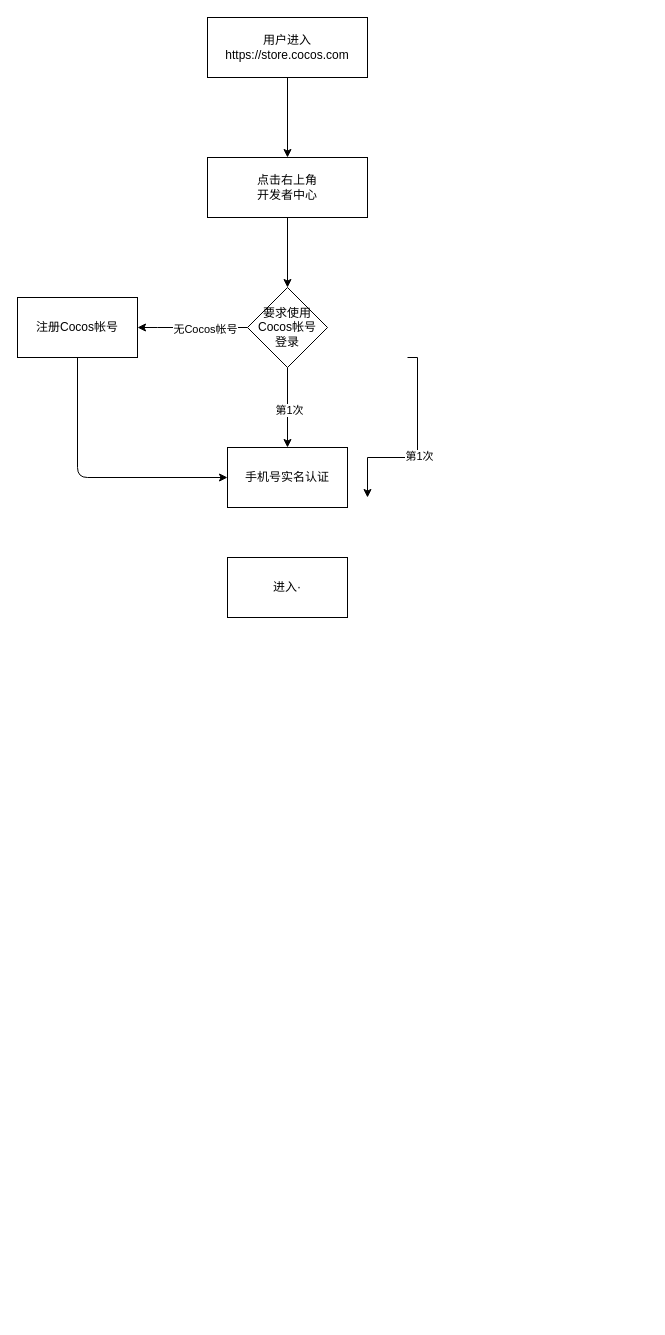
This is 未命名绘图.drawio from ShawnZhang2015/drawio, a draw.io file, before an edit. Source tidied: cells renumbered, new cells numbered last; positions are measured from the earlier drawing's top-left corner, leaving out a move shared by most shapes. Both pictures are drawn from the tidied source at 100%, with x=0, y=0 at pixel (17, 17).
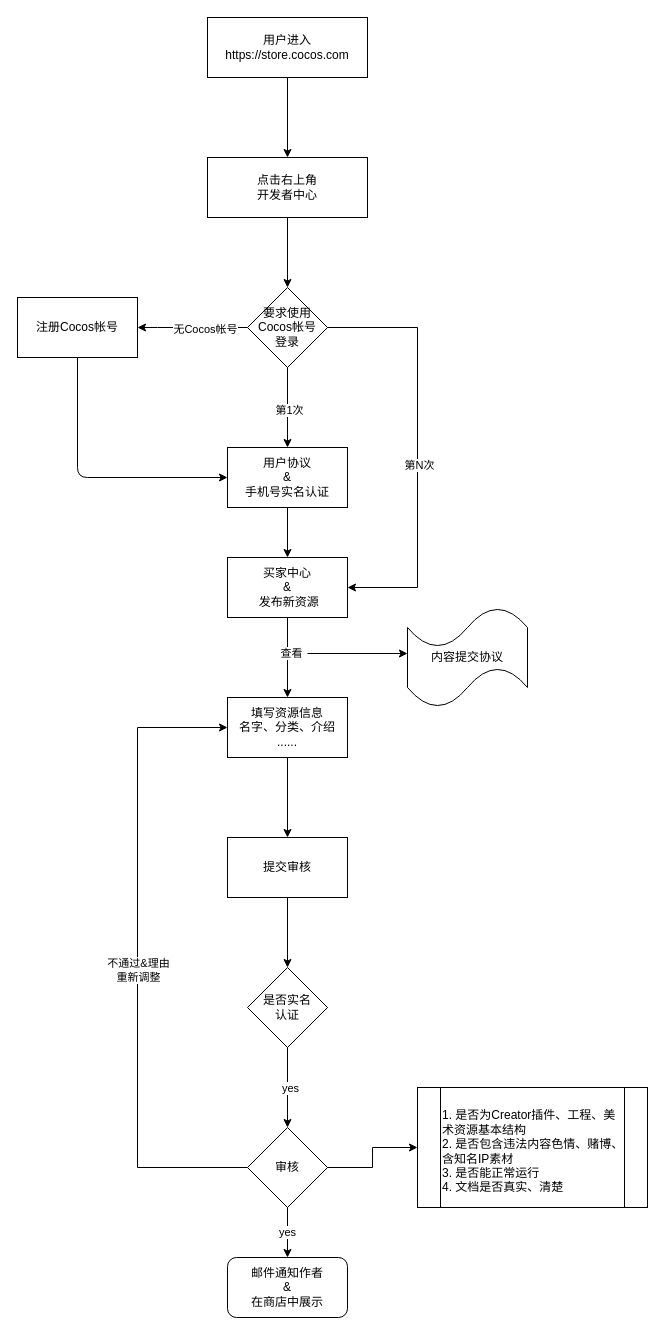
Above is the later version.

Commit message (it also covers changes not shown here):
更新未命名绘图.drawio

Unchanged cells that the change refers to:
```xml
<mxCell id="10" value="要求使用Cocos帐号&lt;br&gt;登录" style="rhombus;whiteSpace=wrap;html=1;rounded=0;" parent="1" vertex="1">
  <mxGeometry x="230" y="270" width="80" height="80" as="geometry" />
</mxCell>
```

The edit, as a diff of the source:
```diff
@@
+    <mxCell id="17" style="edgeStyle=orthogonalEdgeStyle;rounded=0;jettySize=auto;html=1;" parent="1" edge="1" source="11" target="16">
+      <mxGeometry relative="1" as="geometry" />
+    </mxCell>
-    <mxCell id="11" value="手机号实名认证" style="rounded=0;whiteSpace=wrap;html=1;" parent="1" vertex="1">
+    <mxCell id="11" value="用户协议&lt;br&gt;&amp;amp;&lt;br&gt;手机号实名认证" style="rounded=0;whiteSpace=wrap;html=1;" parent="1" vertex="1">
       <mxGeometry x="210" y="430" width="120" height="60" as="geometry" />
     </mxCell>
@@
-    <mxCell id="14" style="edgeStyle=orthogonalEdgeStyle;rounded=0;orthogonalLoop=1;jettySize=auto;html=1;" parent="1" edge="1">
+    <mxCell id="14" style="edgeStyle=orthogonalEdgeStyle;rounded=0;jettySize=auto;html=1;exitX=1;exitY=0.5;exitDx=0;exitDy=0;entryX=1;entryY=0.5;entryDx=0;entryDy=0;" parent="1" edge="1" source="10" target="16">
       <mxGeometry relative="1" as="geometry">
-        <mxPoint x="390" y="340" as="sourcePoint" />
-        <mxPoint x="350" y="480" as="targetPoint" />
         <Array as="points">
-          <mxPoint x="400" y="340" />
-          <mxPoint x="400" y="440" />
+          <mxPoint x="400" y="310" />
+          <mxPoint x="400" y="570" />
         </Array>
       </mxGeometry>
     </mxCell>
-    <mxCell id="15" value="第1次" style="edgeLabel;html=1;align=center;verticalAlign=middle;" parent="14" vertex="1">
+    <mxCell id="15" value="第N次" style="edgeLabel;html=1;align=center;verticalAlign=middle;" parent="14" vertex="1">
       <mxGeometry x="0.08" y="1" relative="1" as="geometry" />
     </mxCell>
+    <mxCell id="18" style="edgeStyle=orthogonalEdgeStyle;rounded=0;jettySize=auto;html=1;" parent="1" edge="1" source="16" target="22">
+      <mxGeometry relative="1" as="geometry" />
+    </mxCell>
+    <mxCell id="19" value="查看" style="edgeLabel;html=1;align=center;verticalAlign=middle;" parent="18" vertex="1">
+      <mxGeometry x="-0.12" y="3" relative="1" as="geometry" />
+    </mxCell>
-    <mxCell id="16" value="进入·" style="rounded=0;whiteSpace=wrap;html=1;" parent="1" vertex="1">
+    <mxCell id="16" value="买家中心&lt;br&gt;&amp;amp;&lt;br&gt;&amp;nbsp;发布新资源" style="rounded=0;whiteSpace=wrap;html=1;" parent="1" vertex="1">
       <mxGeometry x="210" y="540" width="120" height="60" as="geometry" />
     </mxCell>
+    <mxCell id="20" style="edgeStyle=orthogonalEdgeStyle;rounded=0;jettySize=auto;html=1;" parent="1" edge="1" source="22" target="24">
+      <mxGeometry relative="1" as="geometry" />
+    </mxCell>
+    <mxCell id="21" style="edgeStyle=orthogonalEdgeStyle;rounded=0;orthogonalLoop=1;jettySize=auto;html=1;" parent="1" edge="1">
+      <mxGeometry relative="1" as="geometry">
+        <mxPoint x="290" y="636" as="sourcePoint" />
+        <mxPoint x="390" y="636" as="targetPoint" />
+      </mxGeometry>
+    </mxCell>
+    <mxCell id="22" value="填写资源信息&lt;br&gt;名字、分类、介绍&lt;br&gt;......" style="whiteSpace=wrap;html=1;rounded=0;" parent="1" vertex="1">
+      <mxGeometry x="210" y="680" width="120" height="60" as="geometry" />
+    </mxCell>
+    <mxCell id="23" style="edgeStyle=orthogonalEdgeStyle;rounded=0;jettySize=auto;html=1;" parent="1" edge="1" source="24" target="30">
+      <mxGeometry relative="1" as="geometry" />
+    </mxCell>
+    <mxCell id="24" value="提交审核" style="whiteSpace=wrap;html=1;rounded=0;" parent="1" vertex="1">
+      <mxGeometry x="210" y="820" width="120" height="60" as="geometry" />
+    </mxCell>
+    <mxCell id="25" value="内容提交协议" style="shape=tape;whiteSpace=wrap;html=1;rounded=0;" parent="1" vertex="1">
+      <mxGeometry x="390" y="590" width="120" height="100" as="geometry" />
+    </mxCell>
+    <mxCell id="26" style="edgeStyle=orthogonalEdgeStyle;rounded=0;jettySize=auto;html=1;" parent="1" edge="1" source="30">
+      <mxGeometry relative="1" as="geometry">
+        <mxPoint x="270" y="1110" as="targetPoint" />
+      </mxGeometry>
+    </mxCell>
+    <mxCell id="27" value="yes" style="edgeLabel;html=1;align=center;verticalAlign=middle;" parent="26" vertex="1">
+      <mxGeometry x="0.03" y="2" relative="1" as="geometry" />
+    </mxCell>
+    <mxCell id="28" style="edgeStyle=orthogonalEdgeStyle;rounded=0;jettySize=auto;html=1;entryX=0;entryY=0.5;entryDx=0;entryDy=0;exitX=0;exitY=0.5;exitDx=0;exitDy=0;" parent="1" edge="1" source="35" target="22">
+      <mxGeometry relative="1" as="geometry">
+        <Array as="points">
+          <mxPoint x="120" y="1150" />
+          <mxPoint x="120" y="710" />
+        </Array>
+      </mxGeometry>
+    </mxCell>
+    <mxCell id="29" value="不通过&amp;amp;理由&lt;br&gt;重新调整" style="edgeLabel;html=1;align=center;verticalAlign=middle;" parent="28" vertex="1">
+      <mxGeometry x="-0.27" y="2" relative="1" as="geometry">
+        <mxPoint x="2" y="-74" as="offset" />
+      </mxGeometry>
+    </mxCell>
+    <mxCell id="30" value="是否实名&lt;br&gt;认证" style="rhombus;whiteSpace=wrap;html=1;rounded=0;" parent="1" vertex="1">
+      <mxGeometry x="230" y="950" width="80" height="80" as="geometry" />
+    </mxCell>
+    <mxCell id="31" value="邮件通知作者&lt;br&gt;&amp;amp;&lt;br&gt;在商店中展示" style="rounded=1;whiteSpace=wrap;html=1;" parent="1" vertex="1">
+      <mxGeometry x="210" y="1240" width="120" height="60" as="geometry" />
+    </mxCell>
+    <mxCell id="32" style="edgeStyle=orthogonalEdgeStyle;rounded=0;jettySize=auto;html=1;" parent="1" edge="1" source="35" target="31">
+      <mxGeometry relative="1" as="geometry" />
+    </mxCell>
+    <mxCell id="33" value="yes" style="edgeLabel;html=1;align=center;verticalAlign=middle;" parent="32" vertex="1">
+      <mxGeometry x="-0.04" y="-1" relative="1" as="geometry" />
+    </mxCell>
+    <mxCell id="34" style="edgeStyle=orthogonalEdgeStyle;rounded=0;jettySize=auto;html=1;" parent="1" edge="1" source="35" target="36">
+      <mxGeometry relative="1" as="geometry" />
+    </mxCell>
+    <mxCell id="35" value="审核" style="rhombus;whiteSpace=wrap;html=1;rounded=0;" parent="1" vertex="1">
+      <mxGeometry x="230" y="1110" width="80" height="80" as="geometry" />
+    </mxCell>
+    <mxCell id="36" value="&lt;br&gt;1. 是否为Creator插件、工程、美术资源基本结构&lt;br&gt;2. 是否包含违法内容色情、赌博、含知名IP素材&lt;br&gt;3. 是否能正常运行&lt;br&gt;4. 文档是否真实、清楚" style="shape=process;whiteSpace=wrap;html=1;backgroundOutline=1;rounded=0;align=left;horizontal=1;verticalAlign=top;" parent="1" vertex="1">
+      <mxGeometry x="400" y="1070" width="230" height="120" as="geometry" />
+    </mxCell>
```
